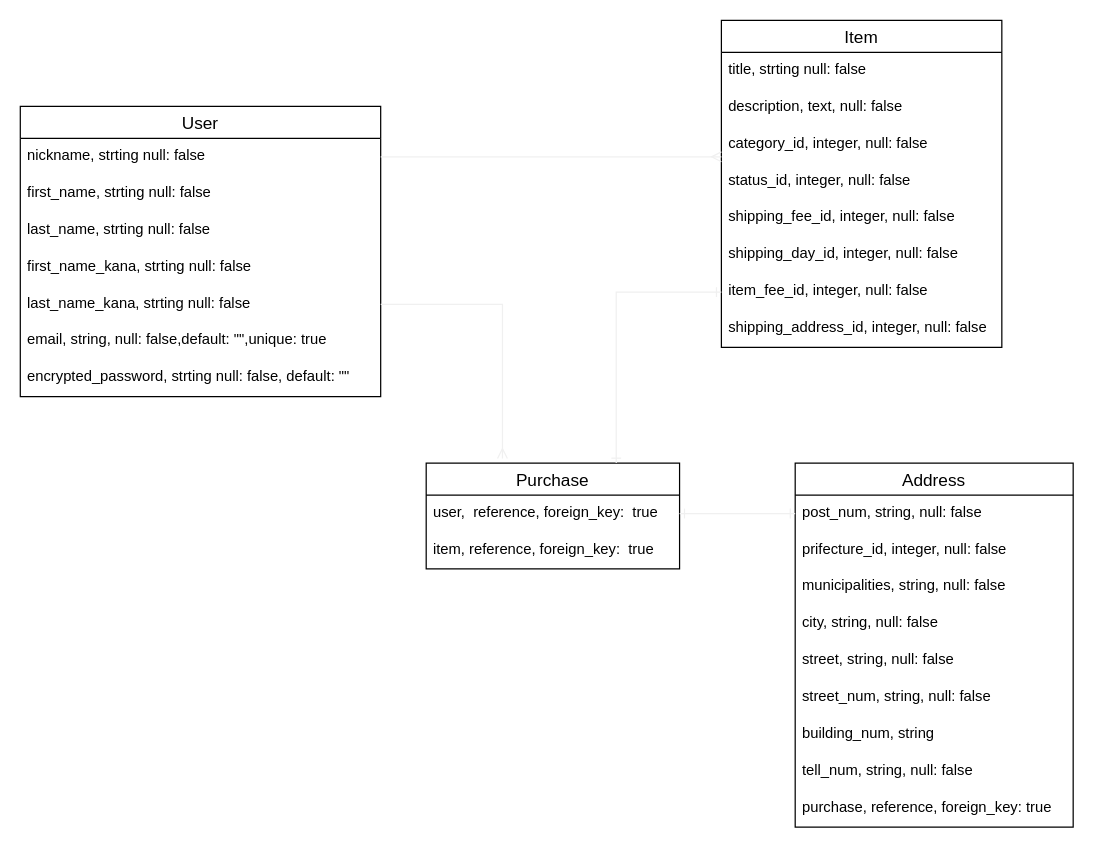
Earlier version of the draw.io diagram ER.dio (shu26docutar/furima-33478). Source tidied: cells renumbered, new cells numbered last; positions are measured from the earlier drawing's top-left corner, leaving out a move shared by most shapes. Both pictures are drawn from the tidied source at 123%, with x=0, y=0 at pixel (20, 20).
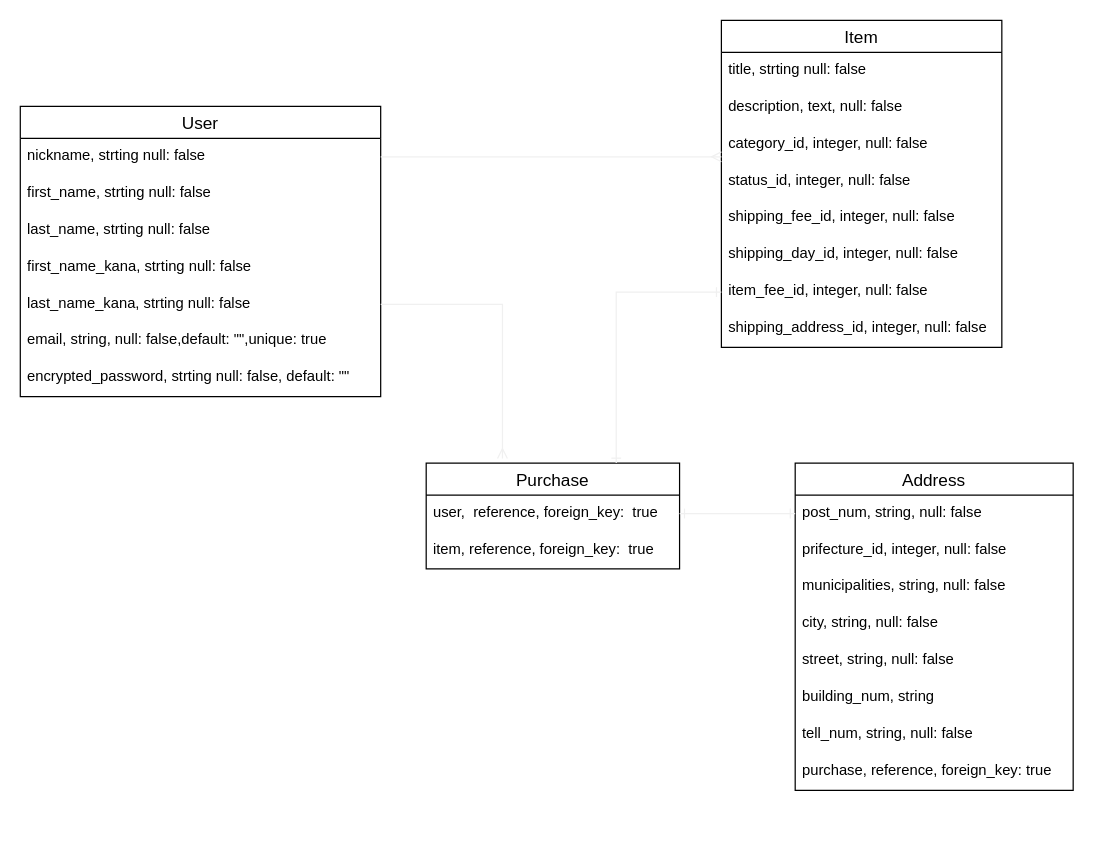
After the change.

What changed in the source:
```diff
@@
     <mxCell id="22" value="Address" style="swimlane;fontStyle=0;horizontal=1;startSize=26;align=center;fontSize=14;" parent="1" vertex="1">
-      <mxGeometry x="630" y="360" width="226" height="296" as="geometry" />
+      <mxGeometry x="630" y="360" width="226" height="266" as="geometry" />
     </mxCell>
@@
-    <mxCell id="28" value="street_num, string, null: false" style="text;strokeColor=none;fillColor=none;spacingLeft=4;spacingRight=4;overflow=hidden;fontSize=12;" parent="22" vertex="1">
-      <mxGeometry y="176" width="226" height="30" as="geometry" />
-    </mxCell>
     <mxCell id="29" value="building_num, string" style="text;strokeColor=none;fillColor=none;spacingLeft=4;spacingRight=4;overflow=hidden;fontSize=12;" parent="22" vertex="1">
-      <mxGeometry y="206" width="226" height="30" as="geometry" />
+      <mxGeometry y="176" width="226" height="30" as="geometry" />
     </mxCell>
     <mxCell id="30" value="tell_num, string, null: false" style="text;strokeColor=none;fillColor=none;spacingLeft=4;spacingRight=4;overflow=hidden;fontSize=12;" parent="22" vertex="1">
-      <mxGeometry y="236" width="226" height="30" as="geometry" />
+      <mxGeometry y="206" width="226" height="30" as="geometry" />
     </mxCell>
     <mxCell id="31" value="purchase, reference, foreign_key: true" style="text;strokeColor=none;fillColor=none;spacingLeft=4;spacingRight=4;overflow=hidden;fontSize=12;" parent="22" vertex="1">
-      <mxGeometry y="266" width="226" height="30" as="geometry" />
+      <mxGeometry y="236" width="226" height="30" as="geometry" />
     </mxCell>
```
